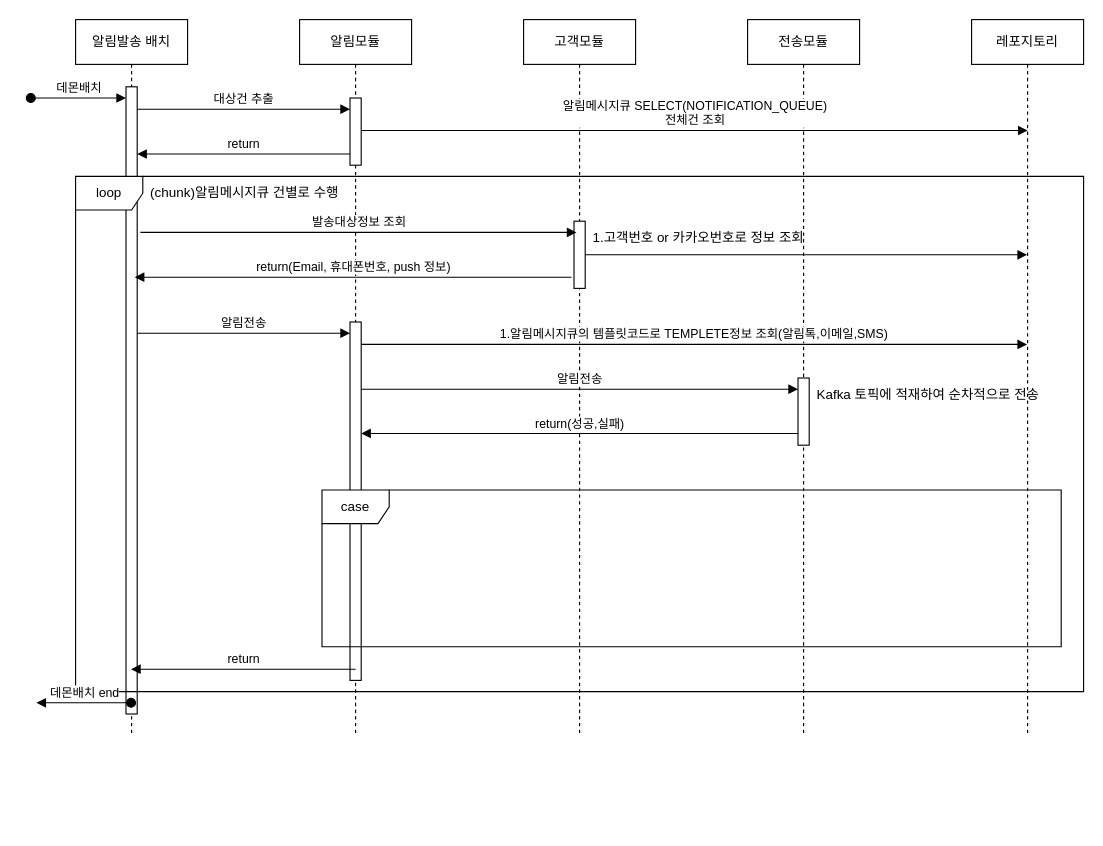
This is src/main/resources/files/시퀀스다이어그램/알림발송배치.drawio from NohKeun/kakao, a draw.io file, before an edit. Source tidied: cells renumbered, new cells numbered last; positions are measured from the earlier drawing's top-left corner, leaving out a move shared by most shapes. Both pictures are drawn from the tidied source at 112%, with x=0, y=0 at pixel (30, 19).
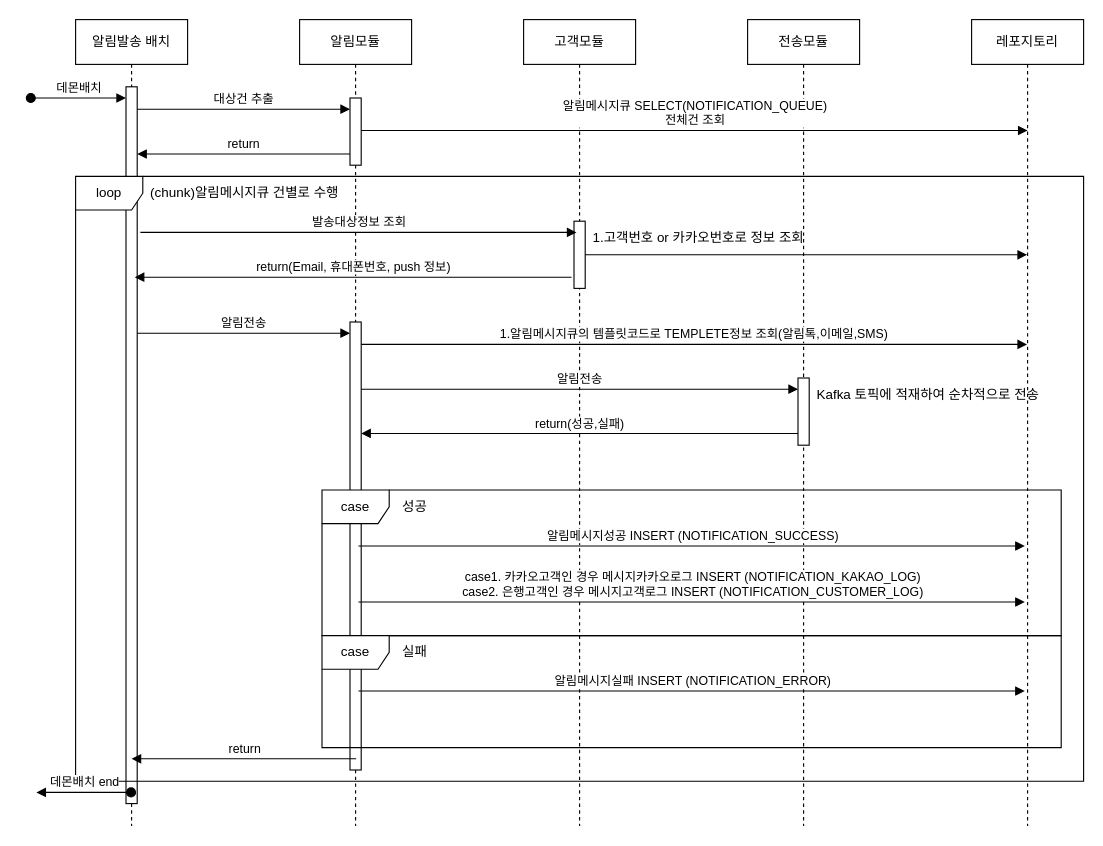
After the change.

Commit message (it also covers changes not shown here):
알림발송배치.drawio 업데이트

Diff of the diagram source:
```diff
@@
     <mxCell id="2" value="알림발송 배치" style="shape=umlLifeline;perimeter=lifelinePerimeter;whiteSpace=wrap;html=1;outlineConnect=0;portConstraint=eastwest;newEdgeStyle={&quot;edgeStyle&quot;:&quot;elbowEdgeStyle&quot;,&quot;elbow&quot;:&quot;vertical&quot;,&quot;curved&quot;:0,&quot;rounded&quot;:0};" parent="1" vertex="1">
-      <mxGeometry x="40" width="100" height="640" as="geometry" />
+      <mxGeometry x="40" width="100" height="720" as="geometry" />
     </mxCell>
     <mxCell id="3" style="html=1;points=[];perimeter=orthogonalPerimeter;outlineConnect=0;targetShapes=umlLifeline;portConstraint=eastwest;newEdgeStyle={&quot;edgeStyle&quot;:&quot;elbowEdgeStyle&quot;,&quot;elbow&quot;:&quot;vertical&quot;,&quot;curved&quot;:0,&quot;rounded&quot;:0};" parent="2" vertex="1">
-      <mxGeometry x="45" y="60" width="10" height="560" as="geometry" />
+      <mxGeometry x="45" y="60" width="10" height="640" as="geometry" />
     </mxCell>
@@
     <mxCell id="5" value="알림모듈" style="shape=umlLifeline;perimeter=lifelinePerimeter;whiteSpace=wrap;html=1;newEdgeStyle={&quot;edgeStyle&quot;:&quot;elbowEdgeStyle&quot;,&quot;elbow&quot;:&quot;vertical&quot;,&quot;curved&quot;:0,&quot;rounded&quot;:0};" parent="1" vertex="1">
-      <mxGeometry x="240" width="100" height="640" as="geometry" />
+      <mxGeometry x="240" width="100" height="720" as="geometry" />
     </mxCell>
@@
     <mxCell id="7" style="html=1;points=[];perimeter=orthogonalPerimeter;outlineConnect=0;targetShapes=umlLifeline;portConstraint=eastwest;newEdgeStyle={&quot;edgeStyle&quot;:&quot;elbowEdgeStyle&quot;,&quot;elbow&quot;:&quot;vertical&quot;,&quot;curved&quot;:0,&quot;rounded&quot;:0};" parent="5" vertex="1">
-      <mxGeometry x="45" y="270" width="10" height="320" as="geometry" />
+      <mxGeometry x="45" y="270" width="10" height="400" as="geometry" />
     </mxCell>
@@
     <mxCell id="10" value="고객모듈" style="shape=umlLifeline;perimeter=lifelinePerimeter;whiteSpace=wrap;html=1;newEdgeStyle={&quot;edgeStyle&quot;:&quot;elbowEdgeStyle&quot;,&quot;elbow&quot;:&quot;vertical&quot;,&quot;curved&quot;:0,&quot;rounded&quot;:0};" parent="1" vertex="1">
-      <mxGeometry x="440" width="100" height="640" as="geometry" />
+      <mxGeometry x="440" width="100" height="720" as="geometry" />
     </mxCell>
@@
     <mxCell id="12" value="전송모듈" style="shape=umlLifeline;perimeter=lifelinePerimeter;whiteSpace=wrap;html=1;newEdgeStyle={&quot;edgeStyle&quot;:&quot;elbowEdgeStyle&quot;,&quot;elbow&quot;:&quot;vertical&quot;,&quot;curved&quot;:0,&quot;rounded&quot;:0};" parent="1" vertex="1">
-      <mxGeometry x="640" width="100" height="640" as="geometry" />
+      <mxGeometry x="640" width="100" height="720" as="geometry" />
     </mxCell>
     <mxCell id="13" value="레포지토리" style="shape=umlLifeline;perimeter=lifelinePerimeter;whiteSpace=wrap;html=1;outlineConnect=0;portConstraint=eastwest;newEdgeStyle={&quot;edgeStyle&quot;:&quot;elbowEdgeStyle&quot;,&quot;elbow&quot;:&quot;vertical&quot;,&quot;curved&quot;:0,&quot;rounded&quot;:0};" parent="1" vertex="1">
-      <mxGeometry x="840" width="100" height="640" as="geometry" />
+      <mxGeometry x="840" width="100" height="720" as="geometry" />
     </mxCell>
@@
     <mxCell id="19" value="return" style="html=1;verticalAlign=bottom;endArrow=block;edgeStyle=elbowEdgeStyle;elbow=vertical;curved=0;rounded=0;" parent="1" edge="1">
       <mxGeometry relative="1" as="geometry">
-        <mxPoint x="290" y="580" as="sourcePoint" />
-        <mxPoint x="89.5" y="580" as="targetPoint" />
+        <mxPoint x="290.5" y="660" as="sourcePoint" />
+        <mxPoint x="90" y="660" as="targetPoint" />
         <Array as="points">
-          <mxPoint x="225" y="580" />
+          <mxPoint x="225.5" y="660" />
         </Array>
       </mxGeometry>
     </mxCell>
@@
     <mxCell id="24" value="loop" style="shape=umlFrame;whiteSpace=wrap;html=1;" parent="1" vertex="1">
-      <mxGeometry x="40" y="140" width="900" height="460" as="geometry" />
+      <mxGeometry x="40" y="140" width="900" height="540" as="geometry" />
     </mxCell>
@@
     <mxCell id="30" value="case" style="shape=umlFrame;whiteSpace=wrap;html=1;" parent="1" vertex="1">
-      <mxGeometry x="260" y="420" width="660" height="140" as="geometry" />
+      <mxGeometry x="260" y="420" width="660" height="130" as="geometry" />
     </mxCell>
-    <mxCell id="31" value="데몬배치 end" style="html=1;verticalAlign=bottom;startArrow=oval;endArrow=block;startSize=8;edgeStyle=elbowEdgeStyle;elbow=vertical;curved=0;rounded=0;" parent="1" edge="1" source="2">
+    <mxCell id="31" value="데몬배치 end" style="html=1;verticalAlign=bottom;startArrow=oval;endArrow=block;startSize=8;edgeStyle=elbowEdgeStyle;elbow=vertical;curved=0;rounded=0;" parent="1" edge="1">
       <mxGeometry relative="1" as="geometry">
-        <mxPoint x="5" y="610" as="targetPoint" />
+        <mxPoint x="89.5" y="690" as="sourcePoint" />
+        <mxPoint x="5" y="690" as="targetPoint" />
       </mxGeometry>
     </mxCell>
+    <mxCell id="32" value="&lt;div style=&quot;&quot;&gt;성공&lt;/div&gt;" style="text;html=1;align=left;verticalAlign=middle;strokeColor=none;fillColor=none;" parent="1" vertex="1">
+      <mxGeometry x="330" y="420" width="50" height="30" as="geometry" />
+    </mxCell>
+    <mxCell id="33" value="알림메시지성공 INSERT (NOTIFICATION_SUCCESS)" style="html=1;verticalAlign=bottom;endArrow=block;edgeStyle=elbowEdgeStyle;elbow=vertical;curved=0;rounded=0;" parent="1" edge="1">
+      <mxGeometry relative="1" as="geometry">
+        <mxPoint x="292.5" y="470" as="sourcePoint" />
+        <mxPoint x="887.5" y="470" as="targetPoint" />
+        <Array as="points">
+          <mxPoint x="422.5" y="470" />
+        </Array>
+      </mxGeometry>
+    </mxCell>
+    <mxCell id="34" value="case1. 카카오고객인 경우 메시지카카오로그 INSERT (NOTIFICATION_KAKAO_LOG)&lt;div&gt;case2. 은행고객인 경우 메시지고객로그 INSERT (NOTIFICATION_CUSTOMER_LOG)&lt;/div&gt;" style="html=1;verticalAlign=bottom;endArrow=block;edgeStyle=elbowEdgeStyle;elbow=vertical;curved=0;rounded=0;" parent="1" edge="1">
+      <mxGeometry relative="1" as="geometry">
+        <mxPoint x="292.5" y="520" as="sourcePoint" />
+        <mxPoint x="887.5" y="520" as="targetPoint" />
+        <Array as="points">
+          <mxPoint x="422.5" y="520" />
+        </Array>
+      </mxGeometry>
+    </mxCell>
+    <mxCell id="35" value="case" style="shape=umlFrame;whiteSpace=wrap;html=1;" parent="1" vertex="1">
+      <mxGeometry x="260" y="550" width="660" height="100" as="geometry" />
+    </mxCell>
+    <mxCell id="36" value="&lt;div style=&quot;&quot;&gt;실패&lt;/div&gt;" style="text;html=1;align=left;verticalAlign=middle;strokeColor=none;fillColor=none;" parent="1" vertex="1">
+      <mxGeometry x="330" y="550" width="50" height="30" as="geometry" />
+    </mxCell>
+    <mxCell id="37" value="알림메시지실패 INSERT (NOTIFICATION_ERROR)" style="html=1;verticalAlign=bottom;endArrow=block;edgeStyle=elbowEdgeStyle;elbow=vertical;curved=0;rounded=0;" parent="1" edge="1">
+      <mxGeometry relative="1" as="geometry">
+        <mxPoint x="292.5" y="599.5" as="sourcePoint" />
+        <mxPoint x="887.5" y="599.5" as="targetPoint" />
+        <Array as="points">
+          <mxPoint x="422.5" y="599.5" />
+        </Array>
+      </mxGeometry>
+    </mxCell>
```
